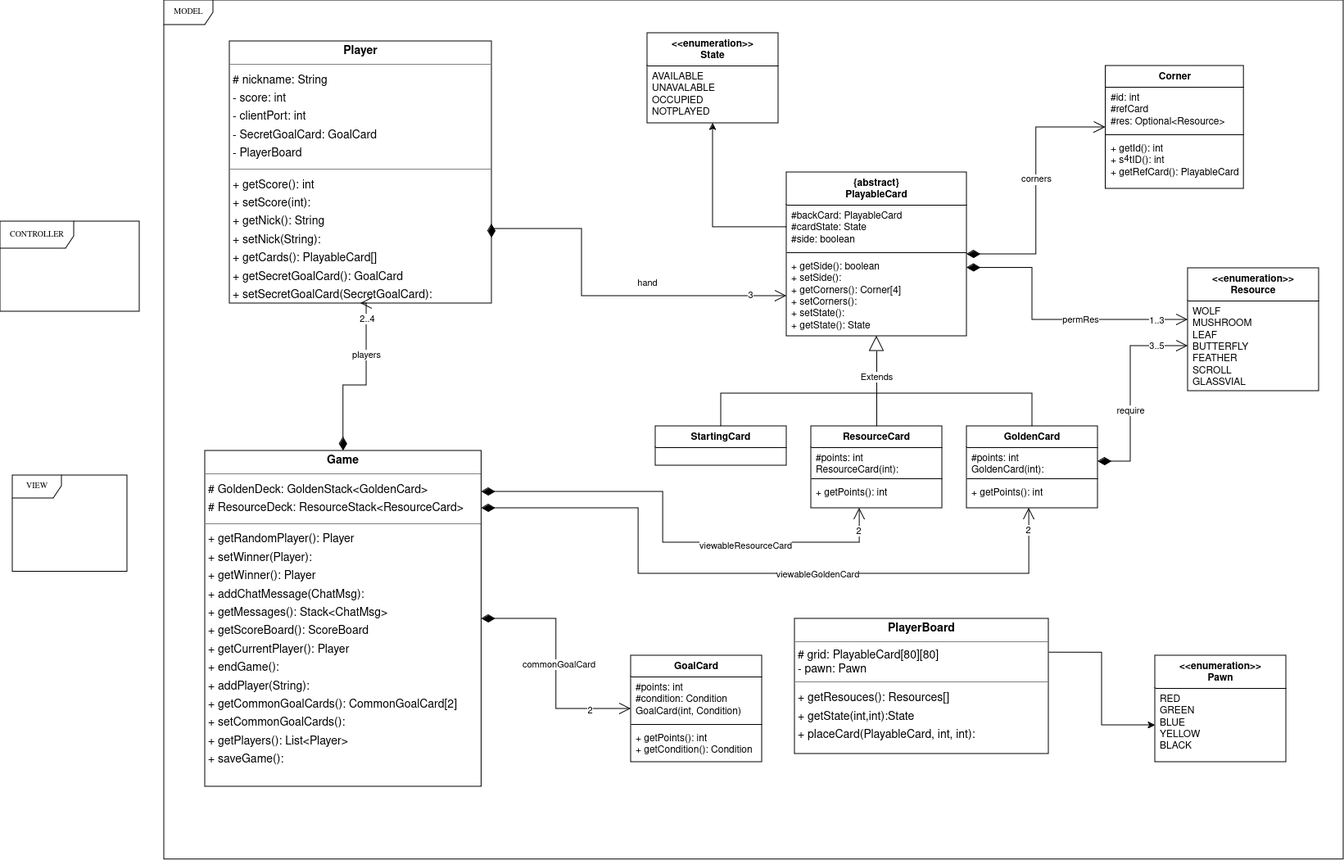
RogerTWS02/ing-sw-2024-Esposito-Falzoni-Frisone-Grassi keeps this draw.io diagram as UML method.png. Above is the earlier version. Source tidied: cells renumbered, new cells last; positions are measured from the earlier drawing's top-left corner, leaving out a move shared by most shapes.
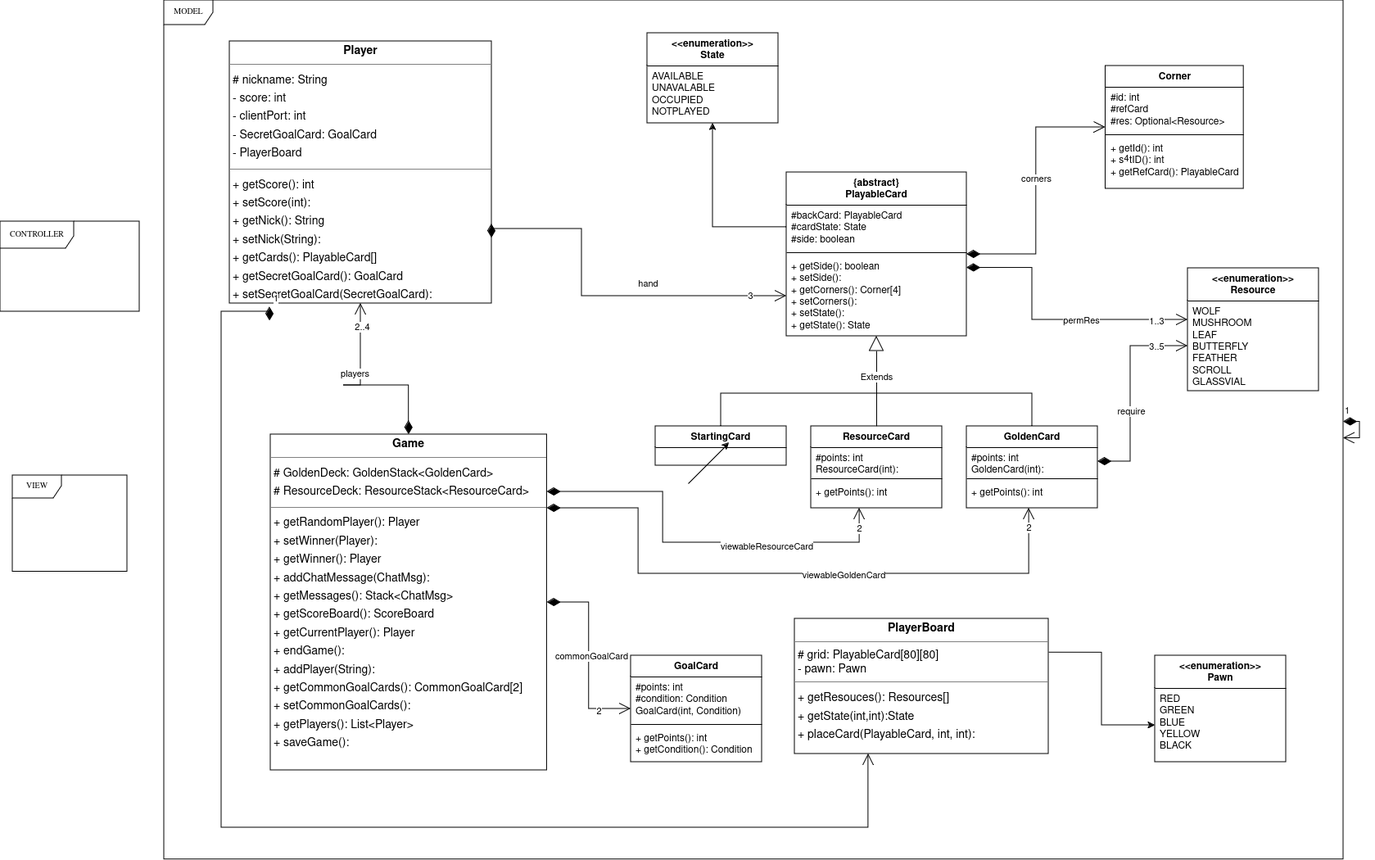
After the change.

What changed in the source:
```diff
@@ -48,7 +48,7 @@
       <mxGeometry y="40" width="160" height="90" as="geometry" />
     </mxCell>
     <mxCell id="17" value="&lt;p style=&quot;margin:0px;margin-top:4px;text-align:center;&quot;&gt;&lt;b&gt;Game&lt;/b&gt;&lt;/p&gt;&lt;hr size=&quot;1&quot;&gt;&lt;p style=&quot;margin:0 0 0 4px;line-height:1.6;&quot;&gt;&lt;span style=&quot;background-color: initial;&quot;&gt;# GoldenDeck: GoldenStack&amp;lt;GoldenCard&amp;gt;&lt;/span&gt;&lt;br&gt;&lt;/p&gt;&lt;div&gt;&lt;p style=&quot;margin: 0px 0px 0px 4px; line-height: 1.6;&quot;&gt;&lt;span style=&quot;background-color: initial;&quot;&gt;# ResourceDeck: ResourceStack&amp;lt;ResourceCard&amp;gt;&lt;/span&gt;&lt;/p&gt;&lt;/div&gt;&lt;hr size=&quot;1&quot;&gt;&lt;p style=&quot;margin:0 0 0 4px;line-height:1.6;&quot;&gt;+ getRandomPlayer(): Player&lt;br&gt;+ setWinner(Player):&lt;/p&gt;&lt;p style=&quot;margin:0 0 0 4px;line-height:1.6;&quot;&gt;+ getWinner(): Player&lt;/p&gt;&lt;p style=&quot;margin:0 0 0 4px;line-height:1.6;&quot;&gt;+ addChatMessage(ChatMsg):&lt;br&gt;+ getMessages(): Stack&amp;lt;ChatMsg&amp;gt;&lt;br&gt;+ getScoreBoard(): ScoreBoard&lt;br&gt;+ getCurrentPlayer(): Player&lt;br&gt;+ endGame(): &lt;br&gt;+ addPlayer(String): &lt;br&gt;+ getCommonGoalCards(): CommonGoalCard[2]&lt;/p&gt;&lt;p style=&quot;margin:0 0 0 4px;line-height:1.6;&quot;&gt;+ setCommonGoalCards():&lt;br&gt;+ getPlayers(): List&amp;lt;Player&amp;gt;&lt;br&gt;+ saveGame(): &lt;br&gt;&lt;/p&gt;" style="verticalAlign=top;align=left;overflow=fill;fontSize=14;fontFamily=Helvetica;html=1;rounded=0;shadow=0;comic=0;labelBackgroundColor=none;strokeWidth=1;" parent="1" vertex="1">
-      <mxGeometry x="250" y="550" width="337.4" height="410" as="geometry" />
+      <mxGeometry x="330" y="530" width="337.4" height="410" as="geometry" />
     </mxCell>
     <mxCell id="18" value="Extends" style="endArrow=block;endSize=16;endFill=0;html=1;rounded=0;entryX=0.5;entryY=1;entryDx=0;entryDy=0;exitX=0.5;exitY=0;exitDx=0;exitDy=0;" parent="1" edge="1" source="38" target="4">
       <mxGeometry x="0.09" relative="1" as="geometry" />
@@ -259,5 +259,24 @@
     <mxCell id="63" value="+ getPoints(): int&lt;div&gt;+ getCondition(): Condition&amp;nbsp;&lt;/div&gt;" style="text;strokeColor=none;fillColor=none;align=left;verticalAlign=top;spacingLeft=4;spacingRight=4;overflow=hidden;whiteSpace=wrap;html=1;" parent="60" vertex="1">
       <mxGeometry y="88" width="160" height="42" as="geometry" />
     </mxCell>
+    <mxCell id="64" style="endArrow=classic;html=1;rounded=0;" parent="1" edge="1">
+      <mxGeometry relative="1" as="geometry">
+        <mxPoint x="840" y="590" as="sourcePoint" />
+        <mxPoint x="890" y="540" as="targetPoint" />
+      </mxGeometry>
+    </mxCell>
+    <mxCell id="65" value="1" style="endArrow=open;html=1;endSize=12;startArrow=diamondThin;startSize=14;startFill=1;edgeStyle=orthogonalEdgeStyle;align=left;verticalAlign=bottom;rounded=0;" parent="1" edge="1" source="2" target="2">
+      <mxGeometry x="-1" y="3" relative="1" as="geometry" />
+    </mxCell>
+    <mxCell id="66" value="1" style="endArrow=open;html=1;endSize=12;startArrow=diamondThin;startSize=14;startFill=1;edgeStyle=orthogonalEdgeStyle;align=left;verticalAlign=bottom;rounded=0;exitX=0.153;exitY=1.013;exitDx=0;exitDy=0;exitPerimeter=0;entryX=0.29;entryY=1;entryDx=0;entryDy=0;entryPerimeter=0;" parent="1" edge="1" source="23" target="22">
+      <mxGeometry x="-1" y="3" relative="1" as="geometry">
+        <Array as="points">
+          <mxPoint x="329" y="380" />
+          <mxPoint x="270" y="380" />
+          <mxPoint x="270" y="1010" />
+          <mxPoint x="1060" y="1010" />
+        </Array>
+      </mxGeometry>
+    </mxCell>
   </root>
 </mxGraphModel>
```
